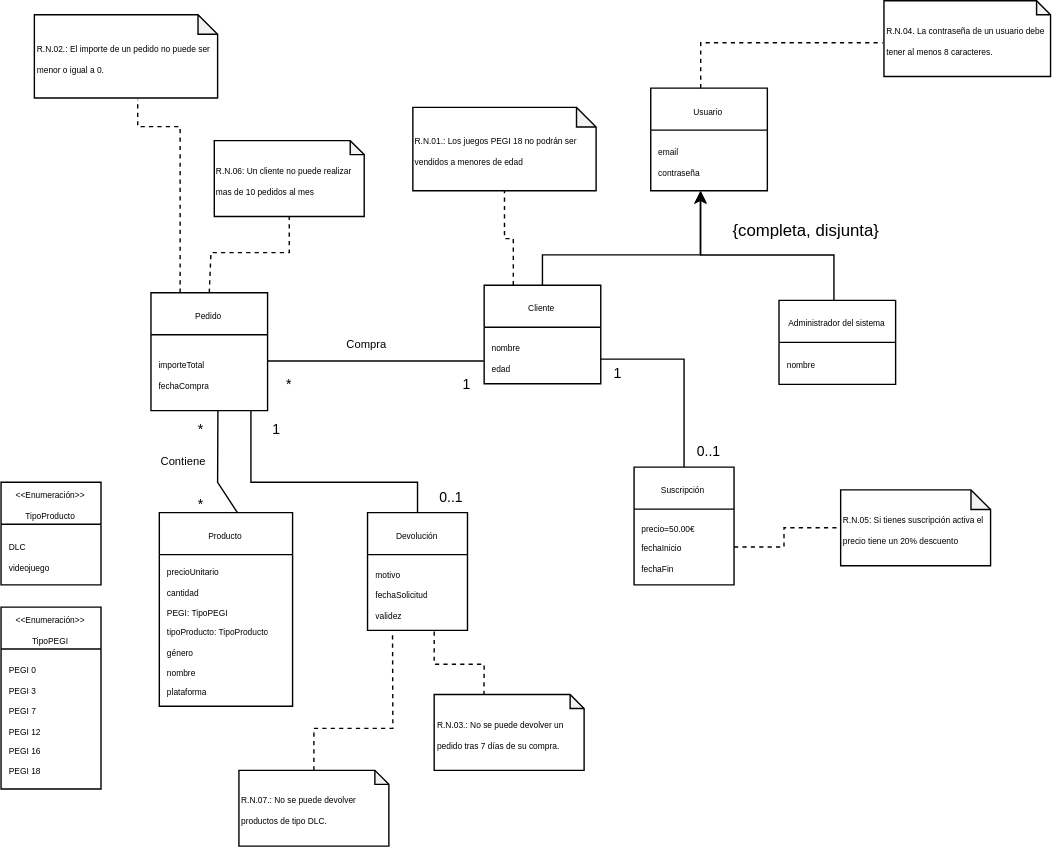
This is images/TiendaVideojuegos.drawio.svg from adrianlancharrobayon/proyecto-curso-iissi1-2026-CFB3977, a draw.io export, as it was before one commit. Source tidied: cells renumbered, new cells last; positions are measured from the earlier drawing's top-left corner, leaving out a move shared by most shapes.
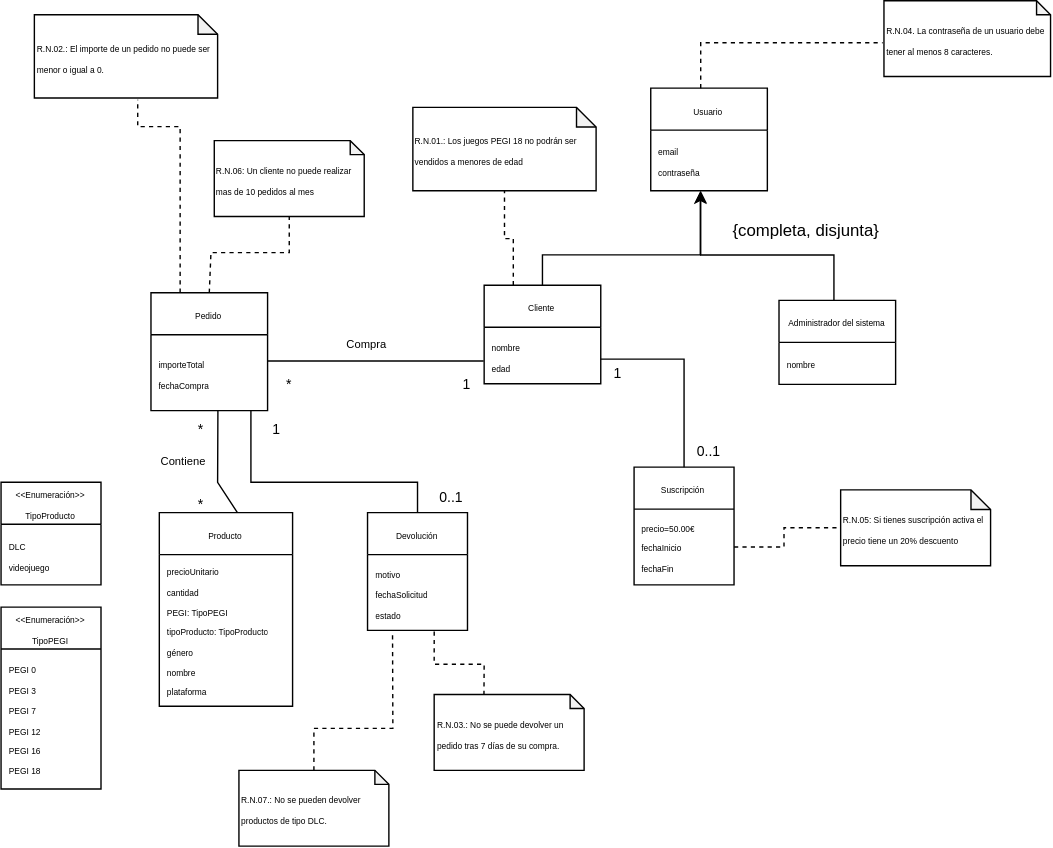
The same file after the commit.

The edit, as a diff of the source:
```diff
@@ -37,7 +37,7 @@
     <mxCell id="11" value="&lt;font style=&quot;font-size: 6px;&quot;&gt;Devolución&lt;/font&gt;" style="swimlane;fontStyle=0;horizontal=1;startSize=30;whiteSpace=wrap;html=1;" parent="1" vertex="1">
       <mxGeometry x="261.9" y="365.8" width="71.4" height="84.2" as="geometry" />
     </mxCell>
-    <mxCell id="12" value="&lt;font style=&quot;font-size: 6px;&quot;&gt;motivo&lt;/font&gt;&lt;div&gt;&lt;font style=&quot;font-size: 6px;&quot;&gt;fechaSolicitud&lt;/font&gt;&lt;/div&gt;&lt;div&gt;&lt;font style=&quot;font-size: 6px;&quot;&gt;validez&lt;/font&gt;&lt;/div&gt;" style="text;strokeColor=none;fillColor=none;align=left;verticalAlign=middle;spacingLeft=4;spacingRight=4;overflow=hidden;points=[[0,0.5],[1,0.5]];portConstraint=eastwest;whiteSpace=wrap;html=1;" parent="11" vertex="1">
+    <mxCell id="12" value="&lt;font style=&quot;font-size: 6px;&quot;&gt;motivo&lt;/font&gt;&lt;div&gt;&lt;font style=&quot;font-size: 6px;&quot;&gt;fechaSolicitud&lt;/font&gt;&lt;/div&gt;&lt;div&gt;&lt;font style=&quot;font-size: 6px;&quot;&gt;estado&lt;/font&gt;&lt;/div&gt;" style="text;strokeColor=none;fillColor=none;align=left;verticalAlign=middle;spacingLeft=4;spacingRight=4;overflow=hidden;points=[[0,0.5],[1,0.5]];portConstraint=eastwest;whiteSpace=wrap;html=1;" parent="11" vertex="1">
       <mxGeometry y="30" width="71.4" height="54.2" as="geometry" />
     </mxCell>
     <mxCell id="13" value="&lt;span style=&quot;font-size: 6px;&quot;&gt;&amp;lt;&amp;lt;Enumeración&amp;gt;&amp;gt;&lt;/span&gt;&lt;div&gt;&lt;span style=&quot;font-size: 6px;&quot;&gt;TipoProducto&lt;/span&gt;&lt;/div&gt;" style="swimlane;fontStyle=0;horizontal=1;startSize=30;whiteSpace=wrap;html=1;" parent="1" vertex="1">
@@ -204,7 +204,7 @@
         </Array>
       </mxGeometry>
     </mxCell>
-    <mxCell id="49" value="&lt;div&gt;&lt;span style=&quot;font-size: 6px;&quot;&gt;R.N.07.:&amp;nbsp;&lt;/span&gt;&lt;span style=&quot;font-size: 6px; background-color: transparent; color: light-dark(rgb(0, 0, 0), rgb(255, 255, 255));&quot;&gt;No se puede devolver productos de tipo DLC.&lt;/span&gt;&lt;/div&gt;" style="shape=note;whiteSpace=wrap;html=1;backgroundOutline=1;darkOpacity=0.05;align=left;size=10;" parent="1" vertex="1">
+    <mxCell id="49" value="&lt;div&gt;&lt;span style=&quot;font-size: 6px;&quot;&gt;R.N.07.:&amp;nbsp;&lt;/span&gt;&lt;span style=&quot;font-size: 6px; background-color: transparent; color: light-dark(rgb(0, 0, 0), rgb(255, 255, 255));&quot;&gt;No se pueden devolver productos de tipo DLC.&lt;/span&gt;&lt;/div&gt;" style="shape=note;whiteSpace=wrap;html=1;backgroundOutline=1;darkOpacity=0.05;align=left;size=10;" parent="1" vertex="1">
       <mxGeometry x="170" y="550" width="107.1" height="54.2" as="geometry" />
     </mxCell>
     <mxCell id="50" style="endArrow=none;dashed=1;html=1;rounded=0;defaultLabelBackgroundColor=page;entryX=0.25;entryY=1;entryDx=0;entryDy=0;exitX=0.5;exitY=0;exitDx=0;exitDy=0;exitPerimeter=0;" parent="1" edge="1" source="49" target="11">
```
